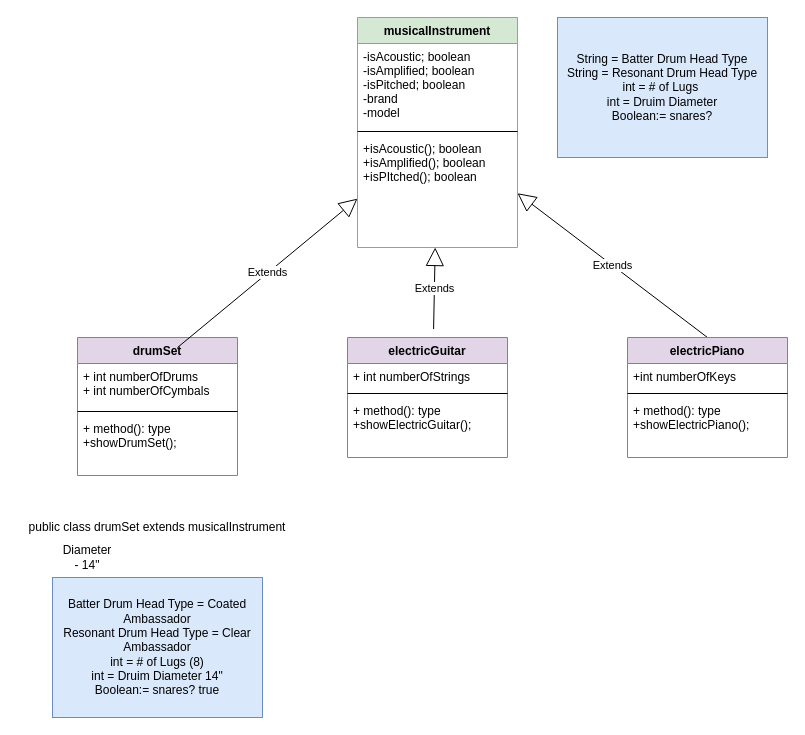
This is musicalInstrument.drawio from tmart61/thing, a draw.io file, before an edit. Source tidied: cells renumbered, new cells numbered last; positions are measured from the earlier drawing's top-left corner, leaving out a move shared by most shapes. Both pictures are drawn from the tidied source at 100%, with x=0, y=0 at pixel (17, 17).
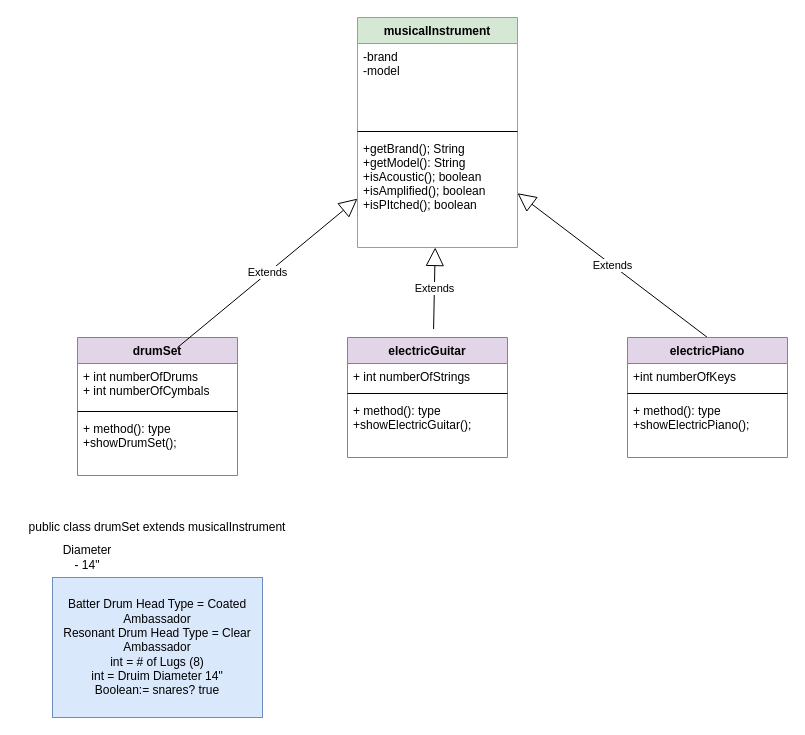
After the change.

The change refers to these unchanged cells:
```xml
<mxCell id="13" value="musicalInstrument" style="swimlane;fontStyle=1;align=center;verticalAlign=top;horizontal=1;startSize=26;fillColor=#d5e8d4;strokeColor=#82b366;" parent="1" vertex="1">
  <mxGeometry x="340" width="160" height="230" as="geometry" />
</mxCell>
```

Change to the diagram source:
```diff
@@
-    <mxCell id="10" value="String = Batter Drum Head Type&lt;br&gt;String = Resonant Drum Head Type&lt;br&gt;int = # of Lugs&amp;nbsp;&lt;br&gt;int = Druim Diameter&lt;br&gt;Boolean:= snares?" style="text;html=1;strokeColor=#6c8ebf;fillColor=#dae8fc;align=center;verticalAlign=middle;whiteSpace=wrap;rounded=0;" parent="1" vertex="1">
-      <mxGeometry x="540" width="210" height="140" as="geometry" />
-    </mxCell>
@@
-    <mxCell id="14" value="-isAcoustic; boolean&#10;-isAmplified; boolean&#10;-isPitched; boolean&#10;-brand&#10;-model" style="text;strokeColor=none;fillColor=none;align=left;verticalAlign=top;spacingLeft=4;spacingRight=4;overflow=hidden;" parent="13" vertex="1">
+    <mxCell id="14" value="-brand&#10;-model" style="text;strokeColor=none;fillColor=none;align=left;verticalAlign=top;spacingLeft=4;spacingRight=4;overflow=hidden;" parent="13" vertex="1">
       <mxGeometry y="26" width="160" height="84" as="geometry" />
     </mxCell>
@@
-    <mxCell id="16" value="+isAcoustic(); boolean&#10;+isAmplified(); boolean&#10;+isPItched(); boolean" style="text;strokeColor=none;fillColor=none;align=left;verticalAlign=top;spacingLeft=4;spacingRight=4;overflow=hidden;" parent="13" vertex="1">
+    <mxCell id="16" value="+getBrand(); String&#10;+getModel(): String&#10;+isAcoustic(); boolean&#10;+isAmplified(); boolean&#10;+isPItched(); boolean" style="text;strokeColor=none;fillColor=none;align=left;verticalAlign=top;spacingLeft=4;spacingRight=4;overflow=hidden;" parent="13" vertex="1">
       <mxGeometry y="118" width="160" height="112" as="geometry" />
     </mxCell>
```
